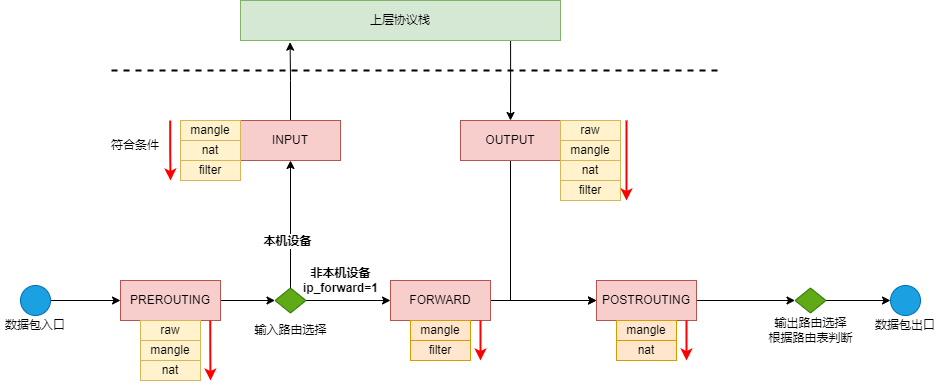
The draw.io diagram posts/iptables/assets/iptables-profile.drawio.png in lsj9383/blog, before a commit. Source tidied: cells renumbered, new cells last; positions are measured from the earlier drawing's top-left corner, leaving out a move shared by most shapes. The source it was exported from:
```xml
<mxGraphModel>
  <root>
    <mxCell id="0" />
    <mxCell id="1" parent="0" />
    <mxCell id="2" style="edgeStyle=orthogonalEdgeStyle;rounded=0;jettySize=auto;html=1;exitX=0.844;exitY=1.011;exitDx=0;exitDy=0;exitPerimeter=0;" parent="1" edge="1" source="3" target="10">
      <mxGeometry relative="1" as="geometry" />
    </mxCell>
    <mxCell id="3" value="上层协议栈" style="rounded=0;whiteSpace=wrap;html=1;fillColor=#d5e8d4;strokeColor=#82b366;" parent="1" vertex="1">
      <mxGeometry x="240" width="320" height="40" as="geometry" />
    </mxCell>
    <mxCell id="4" style="edgeStyle=orthogonalEdgeStyle;rounded=0;jettySize=auto;html=1;exitX=0.5;exitY=0;exitDx=0;exitDy=0;entryX=0.155;entryY=1.041;entryDx=0;entryDy=0;entryPerimeter=0;" parent="1" edge="1" source="5" target="3">
      <mxGeometry relative="1" as="geometry" />
    </mxCell>
    <mxCell id="5" value="INPUT" style="rounded=0;whiteSpace=wrap;html=1;fillColor=#f8cecc;strokeColor=#b85450;" parent="1" vertex="1">
      <mxGeometry x="240" y="120" width="100" height="40" as="geometry" />
    </mxCell>
    <mxCell id="6" value="mangle" style="rounded=0;whiteSpace=wrap;html=1;fillColor=#fff2cc;strokeColor=#d6b656;" parent="1" vertex="1">
      <mxGeometry x="180" y="120" width="60" height="20" as="geometry" />
    </mxCell>
    <mxCell id="7" value="nat" style="rounded=0;whiteSpace=wrap;html=1;fillColor=#fff2cc;strokeColor=#d6b656;" parent="1" vertex="1">
      <mxGeometry x="180" y="140" width="60" height="20" as="geometry" />
    </mxCell>
    <mxCell id="8" value="filter" style="rounded=0;whiteSpace=wrap;html=1;fillColor=#fff2cc;strokeColor=#d6b656;" parent="1" vertex="1">
      <mxGeometry x="180" y="160" width="60" height="20" as="geometry" />
    </mxCell>
    <mxCell id="9" style="edgeStyle=orthogonalEdgeStyle;rounded=0;jettySize=auto;html=1;exitX=0.5;exitY=1;exitDx=0;exitDy=0;entryX=0;entryY=0.5;entryDx=0;entryDy=0;" parent="1" edge="1" source="10" target="16">
      <mxGeometry relative="1" as="geometry" />
    </mxCell>
    <mxCell id="10" value="OUTPUT" style="rounded=0;whiteSpace=wrap;html=1;fillColor=#f8cecc;strokeColor=#b85450;" parent="1" vertex="1">
      <mxGeometry x="460" y="120" width="100" height="40" as="geometry" />
    </mxCell>
    <mxCell id="11" value="mangle" style="rounded=0;whiteSpace=wrap;html=1;fillColor=#fff2cc;strokeColor=#d6b656;" parent="1" vertex="1">
      <mxGeometry x="560" y="140" width="60" height="20" as="geometry" />
    </mxCell>
    <mxCell id="12" value="nat" style="rounded=0;whiteSpace=wrap;html=1;fillColor=#fff2cc;strokeColor=#d6b656;" parent="1" vertex="1">
      <mxGeometry x="560" y="160" width="60" height="20" as="geometry" />
    </mxCell>
    <mxCell id="13" value="filter" style="rounded=0;whiteSpace=wrap;html=1;fillColor=#fff2cc;strokeColor=#d6b656;" parent="1" vertex="1">
      <mxGeometry x="560" y="180" width="60" height="20" as="geometry" />
    </mxCell>
    <mxCell id="14" value="raw" style="rounded=0;whiteSpace=wrap;html=1;fillColor=#fff2cc;strokeColor=#d6b656;" parent="1" vertex="1">
      <mxGeometry x="560" y="120" width="60" height="20" as="geometry" />
    </mxCell>
    <mxCell id="15" style="edgeStyle=orthogonalEdgeStyle;rounded=0;jettySize=auto;html=1;exitX=1;exitY=0.5;exitDx=0;exitDy=0;entryX=0;entryY=0.5;entryDx=0;entryDy=0;" parent="1" edge="1" source="16" target="46">
      <mxGeometry relative="1" as="geometry" />
    </mxCell>
    <mxCell id="16" value="POSTROUTING" style="rounded=0;whiteSpace=wrap;html=1;fillColor=#f8cecc;strokeColor=#b85450;" parent="1" vertex="1">
      <mxGeometry x="596" y="280" width="100" height="40" as="geometry" />
    </mxCell>
    <mxCell id="17" value="mangle" style="rounded=0;whiteSpace=wrap;html=1;fillColor=#ffe6cc;strokeColor=#d79b00;" parent="1" vertex="1">
      <mxGeometry x="616" y="320" width="60" height="20" as="geometry" />
    </mxCell>
    <mxCell id="18" value="nat" style="rounded=0;whiteSpace=wrap;html=1;fillColor=#ffe6cc;strokeColor=#d79b00;" parent="1" vertex="1">
      <mxGeometry x="616" y="340" width="60" height="20" as="geometry" />
    </mxCell>
    <mxCell id="19" style="edgeStyle=orthogonalEdgeStyle;rounded=0;jettySize=auto;html=1;exitX=1;exitY=0.5;exitDx=0;exitDy=0;" parent="1" edge="1" source="20" target="16">
      <mxGeometry relative="1" as="geometry" />
    </mxCell>
    <mxCell id="20" value="FORWARD" style="rounded=0;whiteSpace=wrap;html=1;fillColor=#f8cecc;strokeColor=#b85450;" parent="1" vertex="1">
      <mxGeometry x="390" y="280" width="100" height="40" as="geometry" />
    </mxCell>
    <mxCell id="21" value="mangle" style="rounded=0;whiteSpace=wrap;html=1;fillColor=#ffe6cc;strokeColor=#d79b00;" parent="1" vertex="1">
      <mxGeometry x="410" y="320" width="60" height="20" as="geometry" />
    </mxCell>
    <mxCell id="22" value="filter" style="rounded=0;whiteSpace=wrap;html=1;fillColor=#ffe6cc;strokeColor=#d79b00;" parent="1" vertex="1">
      <mxGeometry x="410" y="340" width="60" height="20" as="geometry" />
    </mxCell>
    <mxCell id="23" style="edgeStyle=orthogonalEdgeStyle;rounded=0;jettySize=auto;html=1;exitX=1;exitY=0.5;exitDx=0;exitDy=0;" parent="1" edge="1" source="24" target="33">
      <mxGeometry relative="1" as="geometry" />
    </mxCell>
    <mxCell id="24" value="PREROUTING" style="rounded=0;whiteSpace=wrap;html=1;fillColor=#f8cecc;strokeColor=#b85450;" parent="1" vertex="1">
      <mxGeometry x="120" y="280" width="100" height="40" as="geometry" />
    </mxCell>
    <mxCell id="25" value="mangle" style="rounded=0;whiteSpace=wrap;html=1;fillColor=#fff2cc;strokeColor=#d6b656;" parent="1" vertex="1">
      <mxGeometry x="140" y="340" width="60" height="20" as="geometry" />
    </mxCell>
    <mxCell id="26" value="nat" style="rounded=0;whiteSpace=wrap;html=1;fillColor=#fff2cc;strokeColor=#d6b656;" parent="1" vertex="1">
      <mxGeometry x="140" y="360" width="60" height="20" as="geometry" />
    </mxCell>
    <mxCell id="27" value="raw" style="rounded=0;whiteSpace=wrap;html=1;fillColor=#fff2cc;strokeColor=#d6b656;" parent="1" vertex="1">
      <mxGeometry x="140" y="320" width="60" height="20" as="geometry" />
    </mxCell>
    <mxCell id="28" style="edgeStyle=orthogonalEdgeStyle;rounded=0;jettySize=auto;html=1;" parent="1" edge="1" source="29" target="24">
      <mxGeometry relative="1" as="geometry" />
    </mxCell>
    <mxCell id="29" style="ellipse;whiteSpace=wrap;html=1;fillColor=#1ba1e2;fontColor=#ffffff;strokeColor=#006EAF;" parent="1" vertex="1">
      <mxGeometry x="20" y="285" width="30" height="30" as="geometry" />
    </mxCell>
    <mxCell id="30" style="edgeStyle=orthogonalEdgeStyle;rounded=0;jettySize=auto;html=1;exitX=0.5;exitY=0;exitDx=0;exitDy=0;" parent="1" edge="1" source="33" target="5">
      <mxGeometry relative="1" as="geometry" />
    </mxCell>
    <mxCell id="31" value="本机设备" style="edgeLabel;html=1;align=center;verticalAlign=middle;fontStyle=1;" parent="30" vertex="1">
      <mxGeometry x="-0.26" y="4" relative="1" as="geometry" />
    </mxCell>
    <mxCell id="32" style="edgeStyle=orthogonalEdgeStyle;rounded=0;jettySize=auto;html=1;exitX=1;exitY=0.5;exitDx=0;exitDy=0;" parent="1" edge="1" source="33" target="20">
      <mxGeometry relative="1" as="geometry" />
    </mxCell>
    <mxCell id="33" style="rhombus;whiteSpace=wrap;html=1;fillColor=#60a917;fontColor=#ffffff;strokeColor=#2D7600;" parent="1" vertex="1">
      <mxGeometry x="274.5" y="287.5" width="31" height="25" as="geometry" />
    </mxCell>
    <mxCell id="34" style="ellipse;whiteSpace=wrap;html=1;fillColor=#1ba1e2;fontColor=#ffffff;strokeColor=#006EAF;" parent="1" vertex="1">
      <mxGeometry x="890" y="285" width="30" height="30" as="geometry" />
    </mxCell>
    <mxCell id="35" value="数据包出口" style="text;html=1;strokeColor=none;fillColor=none;align=center;verticalAlign=middle;whiteSpace=wrap;rounded=0;" parent="1" vertex="1">
      <mxGeometry x="870" y="310" width="70" height="30" as="geometry" />
    </mxCell>
    <mxCell id="36" value="数据包入口" style="text;html=1;strokeColor=none;fillColor=none;align=center;verticalAlign=middle;whiteSpace=wrap;rounded=0;" parent="1" vertex="1">
      <mxGeometry y="310" width="70" height="30" as="geometry" />
    </mxCell>
    <mxCell id="37" value="输入路由选择" style="text;html=1;strokeColor=none;fillColor=none;align=center;verticalAlign=middle;whiteSpace=wrap;rounded=0;" parent="1" vertex="1">
      <mxGeometry x="247.5" y="320" width="85" height="20" as="geometry" />
    </mxCell>
    <mxCell id="38" style="edgeStyle=orthogonalEdgeStyle;rounded=0;orthogonalLoop=1;jettySize=auto;html=1;strokeWidth=2;strokeColor=#FF0000;" parent="1" edge="1">
      <mxGeometry relative="1" as="geometry">
        <mxPoint x="626" y="120" as="sourcePoint" />
        <mxPoint x="626" y="200" as="targetPoint" />
      </mxGeometry>
    </mxCell>
    <mxCell id="39" style="edgeStyle=orthogonalEdgeStyle;rounded=0;orthogonalLoop=1;jettySize=auto;html=1;strokeWidth=2;strokeColor=#FF0000;" parent="1" edge="1">
      <mxGeometry relative="1" as="geometry">
        <mxPoint x="169.7" y="120" as="sourcePoint" />
        <mxPoint x="170" y="180" as="targetPoint" />
        <Array as="points">
          <mxPoint x="170" y="150" />
        </Array>
      </mxGeometry>
    </mxCell>
    <mxCell id="40" style="edgeStyle=orthogonalEdgeStyle;rounded=0;orthogonalLoop=1;jettySize=auto;html=1;strokeWidth=2;strokeColor=#FF0000;" parent="1" edge="1">
      <mxGeometry relative="1" as="geometry">
        <mxPoint x="686" y="320" as="sourcePoint" />
        <mxPoint x="686" y="360" as="targetPoint" />
      </mxGeometry>
    </mxCell>
    <mxCell id="41" style="edgeStyle=orthogonalEdgeStyle;rounded=0;orthogonalLoop=1;jettySize=auto;html=1;strokeWidth=2;strokeColor=#FF0000;" parent="1" edge="1">
      <mxGeometry relative="1" as="geometry">
        <mxPoint x="480" y="320" as="sourcePoint" />
        <mxPoint x="480" y="360" as="targetPoint" />
      </mxGeometry>
    </mxCell>
    <mxCell id="42" style="edgeStyle=orthogonalEdgeStyle;rounded=0;orthogonalLoop=1;jettySize=auto;html=1;strokeWidth=2;strokeColor=#FF0000;" parent="1" edge="1">
      <mxGeometry relative="1" as="geometry">
        <mxPoint x="209.8" y="320" as="sourcePoint" />
        <mxPoint x="210" y="380" as="targetPoint" />
        <Array as="points">
          <mxPoint x="210" y="350" />
          <mxPoint x="210" y="350" />
        </Array>
      </mxGeometry>
    </mxCell>
    <mxCell id="43" style="endArrow=none;dashed=1;html=1;rounded=0;strokeColor=#000000;strokeWidth=2;" parent="1" edge="1">
      <mxGeometry relative="1" as="geometry">
        <mxPoint x="111" y="70" as="sourcePoint" />
        <mxPoint x="721" y="70" as="targetPoint" />
      </mxGeometry>
    </mxCell>
    <mxCell id="44" value="符合条件" style="text;html=1;strokeColor=none;fillColor=none;align=center;verticalAlign=middle;whiteSpace=wrap;rounded=0;fontSize=7;" parent="1" vertex="1">
      <mxGeometry x="110" y="140" width="50" height="10" as="geometry" />
    </mxCell>
    <mxCell id="45" style="edgeStyle=orthogonalEdgeStyle;rounded=0;jettySize=auto;html=1;exitX=1;exitY=0.5;exitDx=0;exitDy=0;" parent="1" edge="1" source="46" target="34">
      <mxGeometry relative="1" as="geometry" />
    </mxCell>
    <mxCell id="46" style="rhombus;whiteSpace=wrap;html=1;fillColor=#60a917;fontColor=#ffffff;strokeColor=#2D7600;" parent="1" vertex="1">
      <mxGeometry x="794.5" y="287.5" width="31" height="25" as="geometry" />
    </mxCell>
    <mxCell id="47" value="输出路由选择&lt;br&gt;根据路由表判断" style="text;html=1;strokeColor=none;fillColor=none;align=center;verticalAlign=middle;whiteSpace=wrap;rounded=0;" parent="1" vertex="1">
      <mxGeometry x="758.8" y="320" width="102.5" height="20" as="geometry" />
    </mxCell>
    <mxCell id="48" value="非本机设备&lt;br&gt;ip_forward=1" style="text;html=1;align=center;verticalAlign=middle;strokeColor=none;fillColor=none;fontStyle=1;" parent="1" vertex="1">
      <mxGeometry x="290" y="260" width="100" height="40" as="geometry" />
    </mxCell>
  </root>
</mxGraphModel>
```
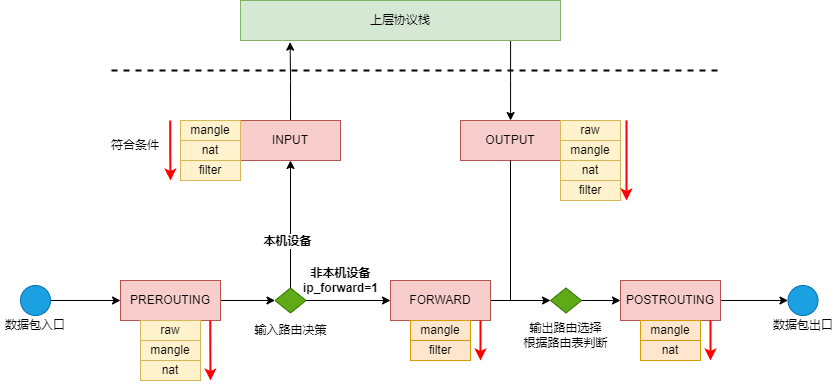
The same file after the commit.

Diff of the diagram source:
```diff
@@ -23,9 +23,6 @@
     <mxCell id="8" value="filter" style="rounded=0;whiteSpace=wrap;html=1;fillColor=#fff2cc;strokeColor=#d6b656;" parent="1" vertex="1">
       <mxGeometry x="180" y="160" width="60" height="20" as="geometry" />
     </mxCell>
-    <mxCell id="9" style="edgeStyle=orthogonalEdgeStyle;rounded=0;jettySize=auto;html=1;exitX=0.5;exitY=1;exitDx=0;exitDy=0;entryX=0;entryY=0.5;entryDx=0;entryDy=0;" parent="1" edge="1" source="10" target="16">
-      <mxGeometry relative="1" as="geometry" />
-    </mxCell>
     <mxCell id="10" value="OUTPUT" style="rounded=0;whiteSpace=wrap;html=1;fillColor=#f8cecc;strokeColor=#b85450;" parent="1" vertex="1">
       <mxGeometry x="460" y="120" width="100" height="40" as="geometry" />
     </mxCell>
@@ -41,19 +38,19 @@
     <mxCell id="14" value="raw" style="rounded=0;whiteSpace=wrap;html=1;fillColor=#fff2cc;strokeColor=#d6b656;" parent="1" vertex="1">
       <mxGeometry x="560" y="120" width="60" height="20" as="geometry" />
     </mxCell>
-    <mxCell id="15" style="edgeStyle=orthogonalEdgeStyle;rounded=0;jettySize=auto;html=1;exitX=1;exitY=0.5;exitDx=0;exitDy=0;entryX=0;entryY=0.5;entryDx=0;entryDy=0;" parent="1" edge="1" source="16" target="46">
-      <mxGeometry relative="1" as="geometry" />
-    </mxCell>
+    <mxCell id="49" style="edgeStyle=orthogonalEdgeStyle;rounded=0;jettySize=auto;html=1;exitX=1;exitY=0.5;exitDx=0;exitDy=0;entryX=0;entryY=0.5;entryDx=0;entryDy=0;" parent="1" edge="1" source="16" target="34">
+      <mxGeometry relative="1" as="geometry" />
+    </mxCell>
     <mxCell id="16" value="POSTROUTING" style="rounded=0;whiteSpace=wrap;html=1;fillColor=#f8cecc;strokeColor=#b85450;" parent="1" vertex="1">
-      <mxGeometry x="596" y="280" width="100" height="40" as="geometry" />
+      <mxGeometry x="620" y="280" width="100" height="40" as="geometry" />
     </mxCell>
     <mxCell id="17" value="mangle" style="rounded=0;whiteSpace=wrap;html=1;fillColor=#ffe6cc;strokeColor=#d79b00;" parent="1" vertex="1">
-      <mxGeometry x="616" y="320" width="60" height="20" as="geometry" />
+      <mxGeometry x="640" y="320" width="60" height="20" as="geometry" />
     </mxCell>
     <mxCell id="18" value="nat" style="rounded=0;whiteSpace=wrap;html=1;fillColor=#ffe6cc;strokeColor=#d79b00;" parent="1" vertex="1">
-      <mxGeometry x="616" y="340" width="60" height="20" as="geometry" />
+      <mxGeometry x="640" y="340" width="60" height="20" as="geometry" />
     </mxCell>
-    <mxCell id="19" style="edgeStyle=orthogonalEdgeStyle;rounded=0;jettySize=auto;html=1;exitX=1;exitY=0.5;exitDx=0;exitDy=0;" parent="1" edge="1" source="20" target="16">
+    <mxCell id="19" style="edgeStyle=orthogonalEdgeStyle;rounded=0;jettySize=auto;html=1;exitX=1;exitY=0.5;exitDx=0;exitDy=0;entryX=0;entryY=0.5;entryDx=0;entryDy=0;" parent="1" edge="1" source="20" target="46">
       <mxGeometry relative="1" as="geometry" />
     </mxCell>
     <mxCell id="20" value="FORWARD" style="rounded=0;whiteSpace=wrap;html=1;fillColor=#f8cecc;strokeColor=#b85450;" parent="1" vertex="1">
@@ -99,15 +96,15 @@
       <mxGeometry x="274.5" y="287.5" width="31" height="25" as="geometry" />
     </mxCell>
     <mxCell id="34" style="ellipse;whiteSpace=wrap;html=1;fillColor=#1ba1e2;fontColor=#ffffff;strokeColor=#006EAF;" parent="1" vertex="1">
-      <mxGeometry x="890" y="285" width="30" height="30" as="geometry" />
+      <mxGeometry x="787.5" y="285" width="30" height="30" as="geometry" />
     </mxCell>
     <mxCell id="35" value="数据包出口" style="text;html=1;strokeColor=none;fillColor=none;align=center;verticalAlign=middle;whiteSpace=wrap;rounded=0;" parent="1" vertex="1">
-      <mxGeometry x="870" y="310" width="70" height="30" as="geometry" />
+      <mxGeometry x="767.5" y="310" width="70" height="30" as="geometry" />
     </mxCell>
     <mxCell id="36" value="数据包入口" style="text;html=1;strokeColor=none;fillColor=none;align=center;verticalAlign=middle;whiteSpace=wrap;rounded=0;" parent="1" vertex="1">
       <mxGeometry y="310" width="70" height="30" as="geometry" />
     </mxCell>
-    <mxCell id="37" value="输入路由选择" style="text;html=1;strokeColor=none;fillColor=none;align=center;verticalAlign=middle;whiteSpace=wrap;rounded=0;" parent="1" vertex="1">
+    <mxCell id="37" value="输入路由决策" style="text;html=1;strokeColor=none;fillColor=none;align=center;verticalAlign=middle;whiteSpace=wrap;rounded=0;" parent="1" vertex="1">
       <mxGeometry x="247.5" y="320" width="85" height="20" as="geometry" />
     </mxCell>
     <mxCell id="38" style="edgeStyle=orthogonalEdgeStyle;rounded=0;orthogonalLoop=1;jettySize=auto;html=1;strokeWidth=2;strokeColor=#FF0000;" parent="1" edge="1">
@@ -127,8 +124,8 @@
     </mxCell>
     <mxCell id="40" style="edgeStyle=orthogonalEdgeStyle;rounded=0;orthogonalLoop=1;jettySize=auto;html=1;strokeWidth=2;strokeColor=#FF0000;" parent="1" edge="1">
       <mxGeometry relative="1" as="geometry">
-        <mxPoint x="686" y="320" as="sourcePoint" />
-        <mxPoint x="686" y="360" as="targetPoint" />
+        <mxPoint x="710" y="320" as="sourcePoint" />
+        <mxPoint x="710" y="360" as="targetPoint" />
       </mxGeometry>
     </mxCell>
     <mxCell id="41" style="edgeStyle=orthogonalEdgeStyle;rounded=0;orthogonalLoop=1;jettySize=auto;html=1;strokeWidth=2;strokeColor=#FF0000;" parent="1" edge="1">
@@ -156,17 +153,22 @@
     <mxCell id="44" value="符合条件" style="text;html=1;strokeColor=none;fillColor=none;align=center;verticalAlign=middle;whiteSpace=wrap;rounded=0;fontSize=7;" parent="1" vertex="1">
       <mxGeometry x="110" y="140" width="50" height="10" as="geometry" />
     </mxCell>
-    <mxCell id="45" style="edgeStyle=orthogonalEdgeStyle;rounded=0;jettySize=auto;html=1;exitX=1;exitY=0.5;exitDx=0;exitDy=0;" parent="1" edge="1" source="46" target="34">
-      <mxGeometry relative="1" as="geometry" />
-    </mxCell>
-    <mxCell id="46" style="rhombus;whiteSpace=wrap;html=1;fillColor=#60a917;fontColor=#ffffff;strokeColor=#2D7600;" parent="1" vertex="1">
-      <mxGeometry x="794.5" y="287.5" width="31" height="25" as="geometry" />
-    </mxCell>
+    <mxCell id="50" style="edgeStyle=orthogonalEdgeStyle;rounded=0;jettySize=auto;html=1;exitX=1;exitY=0.5;exitDx=0;exitDy=0;entryX=0;entryY=0.5;entryDx=0;entryDy=0;" parent="1" edge="1" source="46" target="16">
+      <mxGeometry relative="1" as="geometry" />
+    </mxCell>
     <mxCell id="47" value="输出路由选择&lt;br&gt;根据路由表判断" style="text;html=1;strokeColor=none;fillColor=none;align=center;verticalAlign=middle;whiteSpace=wrap;rounded=0;" parent="1" vertex="1">
-      <mxGeometry x="758.8" y="320" width="102.5" height="20" as="geometry" />
+      <mxGeometry x="514.2" y="325" width="102.5" height="20" as="geometry" />
     </mxCell>
     <mxCell id="48" value="非本机设备&lt;br&gt;ip_forward=1" style="text;html=1;align=center;verticalAlign=middle;strokeColor=none;fillColor=none;fontStyle=1;" parent="1" vertex="1">
       <mxGeometry x="290" y="260" width="100" height="40" as="geometry" />
     </mxCell>
+    <mxCell id="51" style="edgeStyle=orthogonalEdgeStyle;rounded=0;jettySize=auto;html=1;exitX=0.5;exitY=1;exitDx=0;exitDy=0;endArrow=none;" parent="1" edge="1" source="10">
+      <mxGeometry relative="1" as="geometry">
+        <mxPoint x="510" y="300" as="targetPoint" />
+      </mxGeometry>
+    </mxCell>
+    <mxCell id="46" style="rhombus;whiteSpace=wrap;html=1;fillColor=#60a917;fontColor=#ffffff;strokeColor=#2D7600;" parent="1" vertex="1">
+      <mxGeometry x="550" y="287.5" width="31" height="25" as="geometry" />
+    </mxCell>
   </root>
 </mxGraphModel>
```
